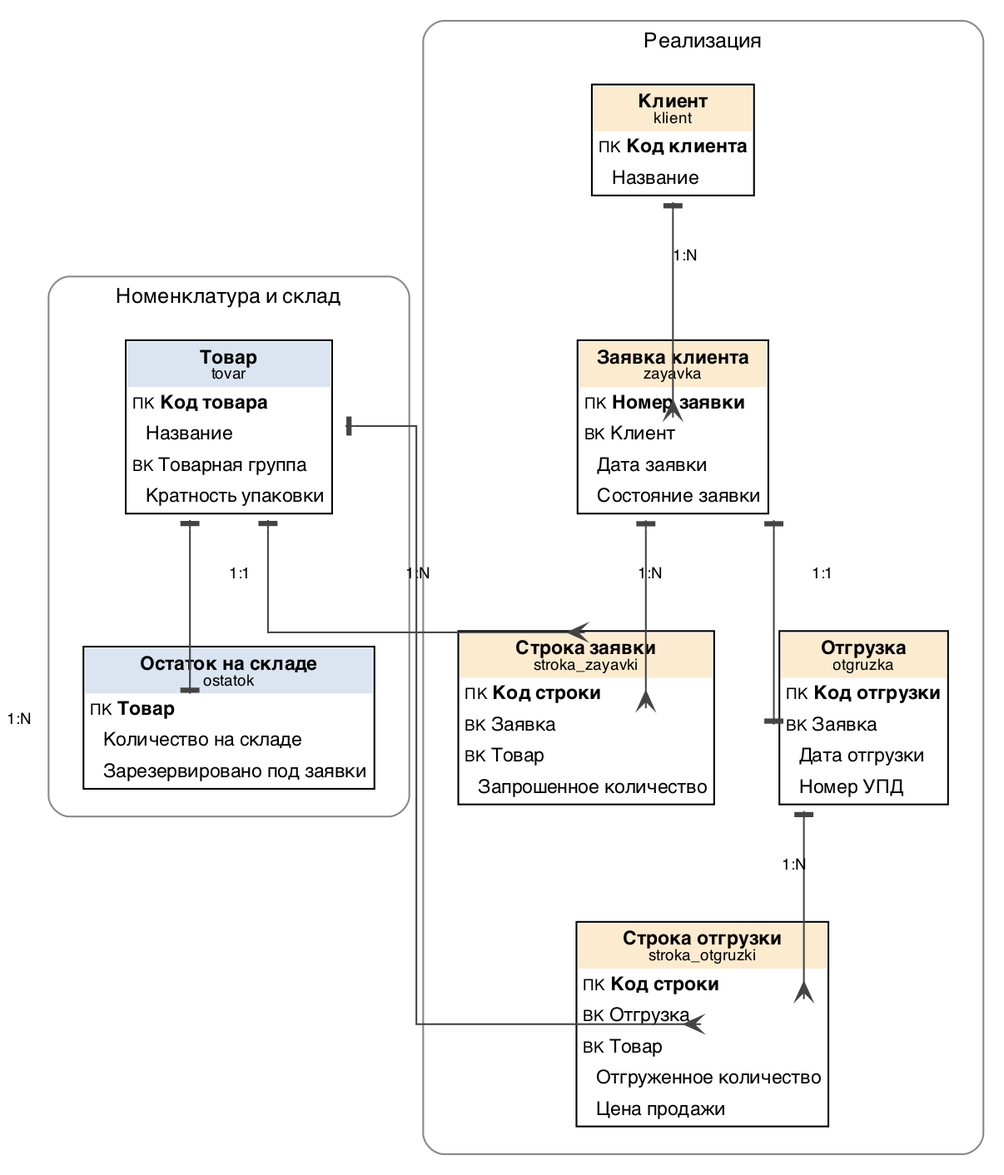
The Graphviz diagram img/er_realizaciya.png in VadFaipin1/sppr-vybor-postavshchika, before a commit. Its source is kept beside it as db/er_realizaciya.dot. Source of this version:
```dot
digraph ER {
  graph [rankdir=TB, splines=ortho, nodesep=0.30, ranksep=0.7, fontname="Times New Roman", fontsize=12, compound=true];
  node [shape=plaintext, fontname="Times New Roman", fontsize=11];
  edge [fontname="Times New Roman", fontsize=9, dir=both, color="#444444"];
  subgraph cluster_0 {
    label="Номенклатура и склад"; style="rounded"; color="#888888"; fontsize=12; margin=12;
  tovar [label=<
    <TABLE BORDER="1" CELLBORDER="0" CELLSPACING="0" CELLPADDING="3">
      <TR><TD BGCOLOR="#dbe5f1" ALIGN="CENTER"><B>Товар</B><BR/><FONT POINT-SIZE="9">tovar</FONT></TD></TR>
      <TR><TD ALIGN="LEFT" PORT="id"><FONT POINT-SIZE="9">ПК</FONT> <B>Код товара</B></TD></TR>
      <TR><TD ALIGN="LEFT" PORT="naimenovanie"><FONT POINT-SIZE="9">&#160;&#160;</FONT> Название</TD></TR>
      <TR><TD ALIGN="LEFT" PORT="gruppa_id"><FONT POINT-SIZE="9">ВК</FONT> Товарная группа</TD></TR>
      <TR><TD ALIGN="LEFT" PORT="kratnost_upakovki"><FONT POINT-SIZE="9">&#160;&#160;</FONT> Кратность упаковки</TD></TR>
    </TABLE>>];
  ostatok [label=<
    <TABLE BORDER="1" CELLBORDER="0" CELLSPACING="0" CELLPADDING="3">
      <TR><TD BGCOLOR="#dbe5f1" ALIGN="CENTER"><B>Остаток на складе</B><BR/><FONT POINT-SIZE="9">ostatok</FONT></TD></TR>
      <TR><TD ALIGN="LEFT" PORT="tovar_id"><FONT POINT-SIZE="9">ПК</FONT> <B>Товар</B></TD></TR>
      <TR><TD ALIGN="LEFT" PORT="kolichestvo"><FONT POINT-SIZE="9">&#160;&#160;</FONT> Количество на складе</TD></TR>
      <TR><TD ALIGN="LEFT" PORT="rezerv"><FONT POINT-SIZE="9">&#160;&#160;</FONT> Зарезервировано под заявки</TD></TR>
    </TABLE>>];
  }
  subgraph cluster_3 {
    label="Реализация"; style="rounded"; color="#888888"; fontsize=12; margin=12;
  klient [label=<
    <TABLE BORDER="1" CELLBORDER="0" CELLSPACING="0" CELLPADDING="3">
      <TR><TD BGCOLOR="#fdebd0" ALIGN="CENTER"><B>Клиент</B><BR/><FONT POINT-SIZE="9">klient</FONT></TD></TR>
      <TR><TD ALIGN="LEFT" PORT="id"><FONT POINT-SIZE="9">ПК</FONT> <B>Код клиента</B></TD></TR>
      <TR><TD ALIGN="LEFT" PORT="naimenovanie"><FONT POINT-SIZE="9">&#160;&#160;</FONT> Название</TD></TR>
    </TABLE>>];
  zayavka [label=<
    <TABLE BORDER="1" CELLBORDER="0" CELLSPACING="0" CELLPADDING="3">
      <TR><TD BGCOLOR="#fdebd0" ALIGN="CENTER"><B>Заявка клиента</B><BR/><FONT POINT-SIZE="9">zayavka</FONT></TD></TR>
      <TR><TD ALIGN="LEFT" PORT="id"><FONT POINT-SIZE="9">ПК</FONT> <B>Номер заявки</B></TD></TR>
      <TR><TD ALIGN="LEFT" PORT="klient_id"><FONT POINT-SIZE="9">ВК</FONT> Клиент</TD></TR>
      <TR><TD ALIGN="LEFT" PORT="data"><FONT POINT-SIZE="9">&#160;&#160;</FONT> Дата заявки</TD></TR>
      <TR><TD ALIGN="LEFT" PORT="status"><FONT POINT-SIZE="9">&#160;&#160;</FONT> Состояние заявки</TD></TR>
    </TABLE>>];
  stroka_zayavki [label=<
    <TABLE BORDER="1" CELLBORDER="0" CELLSPACING="0" CELLPADDING="3">
      <TR><TD BGCOLOR="#fdebd0" ALIGN="CENTER"><B>Строка заявки</B><BR/><FONT POINT-SIZE="9">stroka_zayavki</FONT></TD></TR>
      <TR><TD ALIGN="LEFT" PORT="id"><FONT POINT-SIZE="9">ПК</FONT> <B>Код строки</B></TD></TR>
      <TR><TD ALIGN="LEFT" PORT="zayavka_id"><FONT POINT-SIZE="9">ВК</FONT> Заявка</TD></TR>
      <TR><TD ALIGN="LEFT" PORT="tovar_id"><FONT POINT-SIZE="9">ВК</FONT> Товар</TD></TR>
      <TR><TD ALIGN="LEFT" PORT="kolichestvo"><FONT POINT-SIZE="9">&#160;&#160;</FONT> Запрошенное количество</TD></TR>
    </TABLE>>];
  otgruzka [label=<
    <TABLE BORDER="1" CELLBORDER="0" CELLSPACING="0" CELLPADDING="3">
      <TR><TD BGCOLOR="#fdebd0" ALIGN="CENTER"><B>Отгрузка</B><BR/><FONT POINT-SIZE="9">otgruzka</FONT></TD></TR>
      <TR><TD ALIGN="LEFT" PORT="id"><FONT POINT-SIZE="9">ПК</FONT> <B>Код отгрузки</B></TD></TR>
      <TR><TD ALIGN="LEFT" PORT="zayavka_id"><FONT POINT-SIZE="9">ВК</FONT> Заявка</TD></TR>
      <TR><TD ALIGN="LEFT" PORT="data"><FONT POINT-SIZE="9">&#160;&#160;</FONT> Дата отгрузки</TD></TR>
      <TR><TD ALIGN="LEFT" PORT="nomer_upd"><FONT POINT-SIZE="9">&#160;&#160;</FONT> Номер УПД</TD></TR>
    </TABLE>>];
  stroka_otgruzki [label=<
    <TABLE BORDER="1" CELLBORDER="0" CELLSPACING="0" CELLPADDING="3">
      <TR><TD BGCOLOR="#fdebd0" ALIGN="CENTER"><B>Строка отгрузки</B><BR/><FONT POINT-SIZE="9">stroka_otgruzki</FONT></TD></TR>
      <TR><TD ALIGN="LEFT" PORT="id"><FONT POINT-SIZE="9">ПК</FONT> <B>Код строки</B></TD></TR>
      <TR><TD ALIGN="LEFT" PORT="otgruzka_id"><FONT POINT-SIZE="9">ВК</FONT> Отгрузка</TD></TR>
      <TR><TD ALIGN="LEFT" PORT="tovar_id"><FONT POINT-SIZE="9">ВК</FONT> Товар</TD></TR>
      <TR><TD ALIGN="LEFT" PORT="kolichestvo"><FONT POINT-SIZE="9">&#160;&#160;</FONT> Отгруженное количество</TD></TR>
      <TR><TD ALIGN="LEFT" PORT="cena"><FONT POINT-SIZE="9">&#160;&#160;</FONT> Цена продажи</TD></TR>
    </TABLE>>];
  }
  klient -> zayavka:klient_id [arrowtail=tee, arrowhead=crow, label="1:N"];
  otgruzka -> stroka_otgruzki:otgruzka_id [arrowtail=tee, arrowhead=crow, label="1:N"];
  tovar -> ostatok:tovar_id [arrowtail=tee, arrowhead=tee, label="1:1"];
  tovar -> stroka_otgruzki:tovar_id [arrowtail=tee, arrowhead=crow, label="1:N"];
  tovar -> stroka_zayavki:tovar_id [arrowtail=tee, arrowhead=crow, label="1:N"];
  zayavka -> otgruzka:zayavka_id [arrowtail=tee, arrowhead=tee, label="1:1"];
  zayavka -> stroka_zayavki:zayavka_id [arrowtail=tee, arrowhead=crow, label="1:N"];
}
```
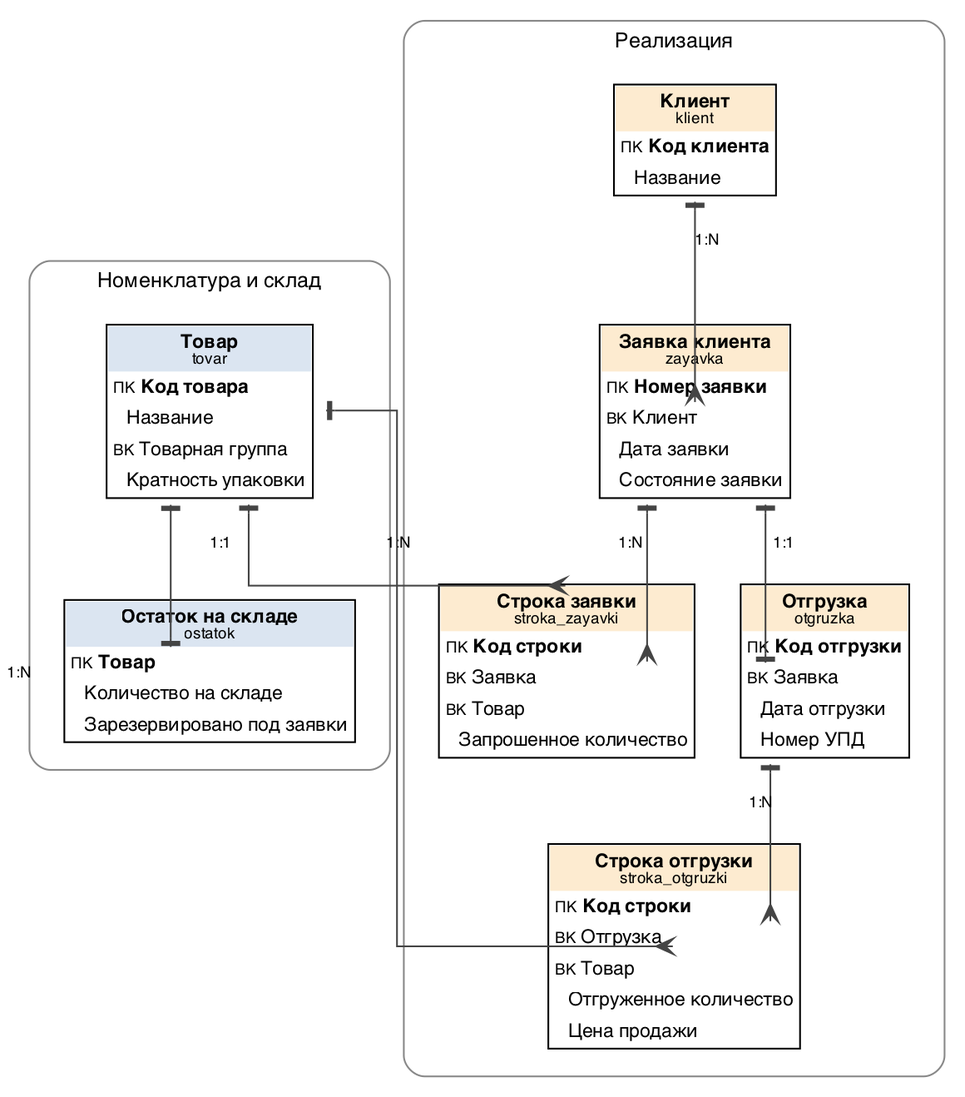
Above is the later version.

The edit, as a diff of the source:
```diff
@@ -1,5 +1,5 @@
 digraph ER {
-  graph [rankdir=TB, splines=ortho, nodesep=0.30, ranksep=0.7, fontname="Times New Roman", fontsize=12, compound=true];
+  graph [rankdir=TB, splines=ortho, nodesep=0.15, ranksep=0.45, fontname="Times New Roman", fontsize=12, compound=true];
   node [shape=plaintext, fontname="Times New Roman", fontsize=11];
   edge [fontname="Times New Roman", fontsize=9, dir=both, color="#444444"];
   subgraph cluster_0 {
```
